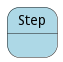
Above: docs/edgemere/aml/ds/pm/models/step/statenet.png in madajaju/edgemere (PlantUML), before the change. The source it was exported from:
```plantuml
@startuml



state Step #lightblue {




}


@enduml
```
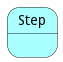
After the commit.

Change to the diagram source:
```diff
@@ -2,7 +2,7 @@
 
 
 
-state Step #lightblue {
+state Step #aaffff {
 
 
 
```
